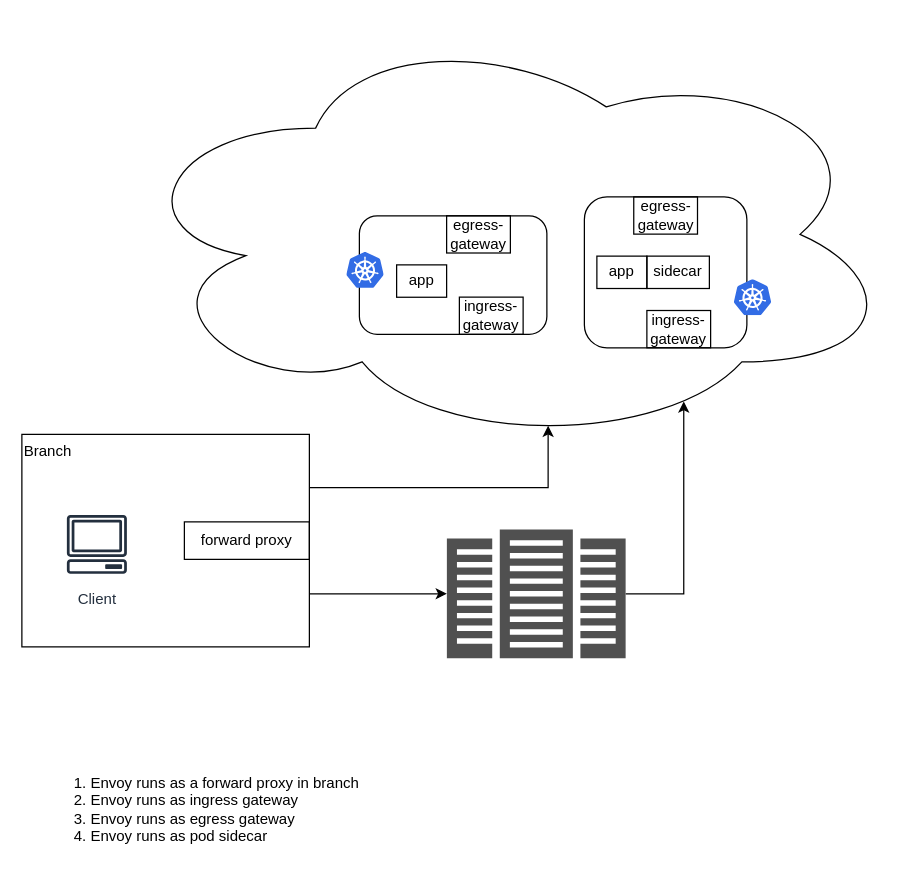
Before: tls_splicing_bumping.drawio in LuyaoZhong/Figures, a draw.io diagram. Source tidied: cells renumbered, new cells numbered last; positions are measured from the earlier drawing's top-left corner, leaving out a move shared by most shapes. Both pictures are drawn from the tidied source at 125%, with x=0, y=0 at pixel (21, 21).
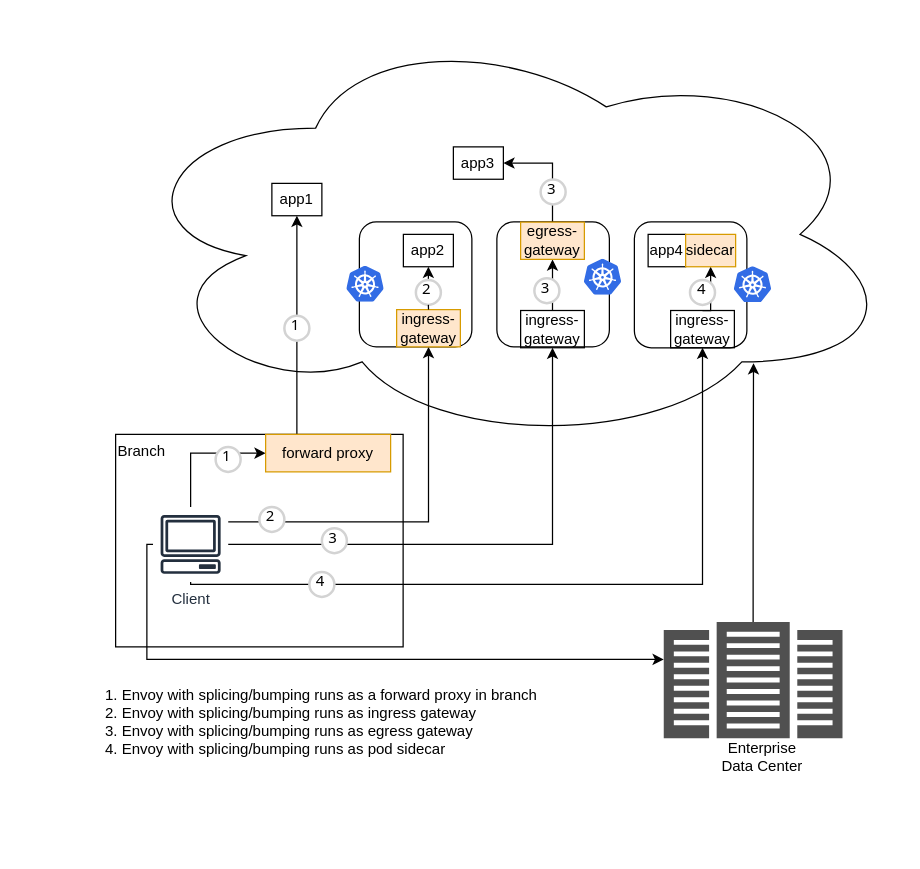
The same page after the edit.

The change refers to these unchanged cells:
```xml
<mxCell id="6" style="ellipse;shape=cloud;whiteSpace=wrap;html=1;fillColor=none;" parent="1" vertex="1">
  <mxGeometry x="80" width="620" height="340" as="geometry" />
</mxCell>
```

Diff of the diagram source:
```diff
@@
     <mxCell id="2" value="Branch" style="rounded=0;whiteSpace=wrap;html=1;fillColor=none;align=left;verticalAlign=top;" parent="1" vertex="1">
-      <mxGeometry y="330" width="230" height="170" as="geometry" />
+      <mxGeometry x="75" y="330" width="230" height="170" as="geometry" />
     </mxCell>
-    <mxCell id="3" style="edgeStyle=orthogonalEdgeStyle;rounded=0;jettySize=auto;html=1;exitX=1;exitY=0.75;exitDx=0;exitDy=0;" parent="1" edge="1" source="2" target="8">
-      <mxGeometry relative="1" as="geometry" />
-    </mxCell>
-    <mxCell id="4" style="edgeStyle=orthogonalEdgeStyle;rounded=0;jettySize=auto;html=1;exitX=1;exitY=0.25;exitDx=0;exitDy=0;entryX=0.55;entryY=0.95;entryDx=0;entryDy=0;entryPerimeter=0;" parent="1" edge="1" source="2" target="6">
-      <mxGeometry relative="1" as="geometry" />
-    </mxCell>
+    <mxCell id="22" style="edgeStyle=orthogonalEdgeStyle;rounded=0;jettySize=auto;html=1;entryX=0;entryY=0.5;entryDx=0;entryDy=0;" parent="1" edge="1" source="5" target="19">
+      <mxGeometry relative="1" as="geometry">
+        <Array as="points">
+          <mxPoint x="135" y="345" />
+        </Array>
+      </mxGeometry>
+    </mxCell>
+    <mxCell id="23" style="edgeStyle=orthogonalEdgeStyle;rounded=0;jettySize=auto;html=1;entryX=0.5;entryY=1;entryDx=0;entryDy=0;" parent="1" edge="1" source="5" target="13">
+      <mxGeometry relative="1" as="geometry">
+        <Array as="points">
+          <mxPoint x="325" y="400" />
+        </Array>
+      </mxGeometry>
+    </mxCell>
+    <mxCell id="24" style="edgeStyle=orthogonalEdgeStyle;rounded=0;jettySize=auto;html=1;entryX=0.5;entryY=1;entryDx=0;entryDy=0;" parent="1" edge="1" source="5" target="40">
+      <mxGeometry relative="1" as="geometry" />
+    </mxCell>
+    <mxCell id="25" style="edgeStyle=orthogonalEdgeStyle;rounded=0;jettySize=auto;html=1;entryX=0.5;entryY=1;entryDx=0;entryDy=0;" parent="1" edge="1" source="5" target="14">
+      <mxGeometry relative="1" as="geometry">
+        <Array as="points">
+          <mxPoint x="135" y="450" />
+          <mxPoint x="545" y="450" />
+        </Array>
+      </mxGeometry>
+    </mxCell>
+    <mxCell id="26" style="edgeStyle=orthogonalEdgeStyle;rounded=0;jettySize=auto;html=1;" parent="1" edge="1" source="5" target="8">
+      <mxGeometry relative="1" as="geometry">
+        <Array as="points">
+          <mxPoint x="100" y="418" />
+          <mxPoint x="100" y="510" />
+        </Array>
+      </mxGeometry>
+    </mxCell>
     <mxCell id="5" value="Client" style="sketch=0;outlineConnect=0;fontColor=#232F3E;gradientColor=none;strokeColor=#232F3E;fillColor=#ffffff;dashed=0;verticalLabelPosition=bottom;verticalAlign=top;align=center;html=1;fontSize=12;fontStyle=0;shape=mxgraph.aws4.resourceIcon;resIcon=mxgraph.aws4.client;" parent="1" vertex="1">
-      <mxGeometry x="30" y="388" width="60" height="60" as="geometry" />
+      <mxGeometry x="105" y="388" width="60" height="60" as="geometry" />
     </mxCell>
@@
-    <mxCell id="7" style="edgeStyle=orthogonalEdgeStyle;rounded=0;jettySize=auto;html=1;entryX=0.725;entryY=0.893;entryDx=0;entryDy=0;entryPerimeter=0;" parent="1" edge="1" source="8" target="6">
-      <mxGeometry relative="1" as="geometry">
-        <Array as="points">
-          <mxPoint x="530" y="458" />
-        </Array>
-      </mxGeometry>
+    <mxCell id="7" style="edgeStyle=orthogonalEdgeStyle;rounded=0;jettySize=auto;html=1;entryX=0.815;entryY=0.803;entryDx=0;entryDy=0;entryPerimeter=0;" parent="1" edge="1" source="8" target="6">
+      <mxGeometry relative="1" as="geometry" />
     </mxCell>
     <mxCell id="8" style="sketch=0;shadow=0;dashed=0;html=1;strokeColor=none;fillColor=#505050;labelPosition=center;verticalLabelPosition=bottom;verticalAlign=top;outlineConnect=0;align=center;shape=mxgraph.office.servers.datacenter;" parent="1" vertex="1">
-      <mxGeometry x="340" y="406" width="143" height="103" as="geometry" />
+      <mxGeometry x="513.5" y="480" width="143" height="93" as="geometry" />
     </mxCell>
     <mxCell id="9" style="rounded=1;whiteSpace=wrap;html=1;fillColor=none;" parent="1" vertex="1">
-      <mxGeometry x="270" y="155.1" width="150" height="94.9" as="geometry" />
+      <mxGeometry x="270" y="160" width="90" height="100" as="geometry" />
     </mxCell>
     <mxCell id="10" style="sketch=0;html=1;align=center;image;fontSize=12;image=img/lib/mscae/Kubernetes.svg;fillColor=none;" parent="1" vertex="1">
-      <mxGeometry x="260" y="184.5" width="30" height="28.8" as="geometry" />
+      <mxGeometry x="260" y="195.6" width="30" height="28.8" as="geometry" />
     </mxCell>
     <mxCell id="11" style="rounded=1;whiteSpace=wrap;html=1;fillColor=none;" parent="1" vertex="1">
-      <mxGeometry x="450" y="140" width="130" height="120.7" as="geometry" />
+      <mxGeometry x="490" y="160" width="90" height="100.7" as="geometry" />
     </mxCell>
     <mxCell id="12" style="sketch=0;html=1;align=center;image;fontSize=12;image=img/lib/mscae/Kubernetes.svg;fillColor=none;" parent="1" vertex="1">
-      <mxGeometry x="570" y="206.4" width="30" height="28.8" as="geometry" />
+      <mxGeometry x="570" y="195.9" width="30" height="28.8" as="geometry" />
     </mxCell>
+    <mxCell id="27" style="edgeStyle=orthogonalEdgeStyle;rounded=0;jettySize=auto;html=1;exitX=0.5;exitY=0;exitDx=0;exitDy=0;entryX=0.5;entryY=1;entryDx=0;entryDy=0;startArrow=none;" parent="1" edge="1" source="35" target="21">
+      <mxGeometry relative="1" as="geometry" />
+    </mxCell>
-    <mxCell id="13" value="ingress-gateway" style="rounded=0;whiteSpace=wrap;html=1;fillColor=none;" parent="1" vertex="1">
-      <mxGeometry x="350" y="220.2" width="51" height="29.8" as="geometry" />
+    <mxCell id="13" value="ingress-gateway" style="rounded=0;whiteSpace=wrap;html=1;fillColor=#ffe6cc;strokeColor=#d79b00;" parent="1" vertex="1">
+      <mxGeometry x="299.8" y="230.2" width="51" height="29.8" as="geometry" />
     </mxCell>
+    <mxCell id="28" style="edgeStyle=orthogonalEdgeStyle;rounded=0;jettySize=auto;html=1;exitX=0.5;exitY=0;exitDx=0;exitDy=0;entryX=0.5;entryY=1;entryDx=0;entryDy=0;" parent="1" edge="1" source="14" target="20">
+      <mxGeometry relative="1" as="geometry" />
+    </mxCell>
     <mxCell id="14" value="ingress-gateway" style="rounded=0;whiteSpace=wrap;html=1;fillColor=none;" parent="1" vertex="1">
-      <mxGeometry x="500" y="230.9" width="51" height="29.8" as="geometry" />
+      <mxGeometry x="519" y="230.9" width="51" height="29.8" as="geometry" />
     </mxCell>
-    <mxCell id="15" value="egress-gateway" style="rounded=0;whiteSpace=wrap;html=1;fillColor=none;" parent="1" vertex="1">
-      <mxGeometry x="339.8" y="155.1" width="51" height="29.8" as="geometry" />
-    </mxCell>
-    <mxCell id="16" value="egress-gateway" style="rounded=0;whiteSpace=wrap;html=1;fillColor=none;" parent="1" vertex="1">
-      <mxGeometry x="489.5" y="140" width="51" height="29.8" as="geometry" />
-    </mxCell>
-    <mxCell id="17" value="1. Envoy runs as a forward proxy in branch&lt;br&gt;2. Envoy runs as ingress gateway&lt;br&gt;3. Envoy runs as egress gateway&lt;br&gt;4. Envoy runs as pod sidecar" style="text;html=1;align=left;verticalAlign=middle;strokeColor=none;fillColor=none;" parent="1" vertex="1">
-      <mxGeometry x="40" y="600" width="240" height="60" as="geometry" />
+    <mxCell id="17" value="1. Envoy with splicing/bumping runs as a forward proxy in branch&lt;br&gt;2. Envoy with splicing/bumping runs as ingress gateway&lt;br&gt;3. Envoy with splicing/bumping runs as egress gateway&lt;br&gt;4. Envoy with splicing/bumping runs as pod sidecar" style="text;html=1;align=left;verticalAlign=middle;strokeColor=none;fillColor=none;" parent="1" vertex="1">
+      <mxGeometry x="65.2" y="530" width="360" height="60" as="geometry" />
     </mxCell>
-    <mxCell id="18" value="app" style="rounded=0;whiteSpace=wrap;html=1;fillColor=none;" parent="1" vertex="1">
-      <mxGeometry x="460" y="187.4" width="40" height="25.9" as="geometry" />
+    <mxCell id="18" value="app4" style="rounded=0;whiteSpace=wrap;html=1;fillColor=none;" parent="1" vertex="1">
+      <mxGeometry x="501" y="170" width="30" height="25.9" as="geometry" />
     </mxCell>
+    <mxCell id="29" style="edgeStyle=orthogonalEdgeStyle;rounded=0;jettySize=auto;html=1;entryX=0.5;entryY=1;entryDx=0;entryDy=0;" parent="1" edge="1" source="19" target="30">
+      <mxGeometry relative="1" as="geometry">
+        <Array as="points">
+          <mxPoint x="220" y="320" />
+          <mxPoint x="220" y="320" />
+        </Array>
+      </mxGeometry>
+    </mxCell>
-    <mxCell id="19" value="forward proxy" style="rounded=0;whiteSpace=wrap;html=1;fillColor=none;" parent="1" vertex="1">
-      <mxGeometry x="130" y="400" width="100" height="30" as="geometry" />
+    <mxCell id="19" value="forward proxy" style="rounded=0;whiteSpace=wrap;html=1;fillColor=#ffe6cc;strokeColor=#d79b00;" parent="1" vertex="1">
+      <mxGeometry x="195" y="330" width="100" height="30" as="geometry" />
     </mxCell>
-    <mxCell id="20" value="sidecar" style="rounded=0;whiteSpace=wrap;html=1;fillColor=none;" parent="1" vertex="1">
-      <mxGeometry x="500" y="187.4" width="50" height="25.9" as="geometry" />
+    <mxCell id="20" value="sidecar" style="rounded=0;whiteSpace=wrap;html=1;fillColor=#ffe6cc;strokeColor=#d79b00;" parent="1" vertex="1">
+      <mxGeometry x="531" y="170" width="40" height="25.9" as="geometry" />
     </mxCell>
-    <mxCell id="21" value="app" style="rounded=0;whiteSpace=wrap;html=1;fillColor=none;" parent="1" vertex="1">
-      <mxGeometry x="299.8" y="194.4" width="40" height="25.9" as="geometry" />
+    <mxCell id="21" value="app2" style="rounded=0;whiteSpace=wrap;html=1;fillColor=none;" parent="1" vertex="1">
+      <mxGeometry x="305.2" y="170" width="40" height="25.9" as="geometry" />
     </mxCell>
+    <mxCell id="30" value="app1" style="rounded=0;whiteSpace=wrap;html=1;fillColor=none;" parent="1" vertex="1">
+      <mxGeometry x="200" y="129.2" width="40" height="25.9" as="geometry" />
+    </mxCell>
+    <mxCell id="31" value="app3" style="rounded=0;whiteSpace=wrap;html=1;fillColor=none;" parent="1" vertex="1">
+      <mxGeometry x="345.2" y="100" width="40" height="25.9" as="geometry" />
+    </mxCell>
+    <mxCell id="32" value="1" style="ellipse;whiteSpace=wrap;html=1;strokeWidth=2;fontFamily=Tahoma;spacingBottom=4;spacingRight=2;strokeColor=#d3d3d3;" parent="1" vertex="1">
+      <mxGeometry x="155" y="340" width="20" height="20" as="geometry" />
+    </mxCell>
+    <mxCell id="33" value="1" style="ellipse;whiteSpace=wrap;html=1;strokeWidth=2;fontFamily=Tahoma;spacingBottom=4;spacingRight=2;strokeColor=#d3d3d3;" parent="1" vertex="1">
+      <mxGeometry x="210" y="235" width="20" height="20" as="geometry" />
+    </mxCell>
+    <mxCell id="34" value="2" style="ellipse;whiteSpace=wrap;html=1;strokeWidth=2;fontFamily=Tahoma;spacingBottom=4;spacingRight=2;strokeColor=#d3d3d3;" parent="1" vertex="1">
+      <mxGeometry x="190" y="388" width="20" height="20" as="geometry" />
+    </mxCell>
+    <mxCell id="35" value="2" style="ellipse;whiteSpace=wrap;html=1;strokeWidth=2;fontFamily=Tahoma;spacingBottom=4;spacingRight=2;strokeColor=#d3d3d3;" parent="1" vertex="1">
+      <mxGeometry x="315.2" y="206.4" width="20" height="20" as="geometry" />
+    </mxCell>
+    <mxCell id="36" style="edgeStyle=orthogonalEdgeStyle;rounded=0;jettySize=auto;html=1;exitX=0.5;exitY=0;exitDx=0;exitDy=0;entryX=0.5;entryY=1;entryDx=0;entryDy=0;endArrow=none;" parent="1" edge="1" source="13" target="35">
+      <mxGeometry relative="1" as="geometry" />
+    </mxCell>
+    <mxCell id="37" value="3" style="ellipse;whiteSpace=wrap;html=1;strokeWidth=2;fontFamily=Tahoma;spacingBottom=4;spacingRight=2;strokeColor=#d3d3d3;" parent="1" vertex="1">
+      <mxGeometry x="240" y="405" width="20" height="20" as="geometry" />
+    </mxCell>
+    <mxCell id="38" style="rounded=1;whiteSpace=wrap;html=1;fillColor=none;" parent="1" vertex="1">
+      <mxGeometry x="380" y="160" width="90" height="100" as="geometry" />
+    </mxCell>
+    <mxCell id="39" style="edgeStyle=orthogonalEdgeStyle;rounded=0;jettySize=auto;html=1;exitX=0.5;exitY=0;exitDx=0;exitDy=0;entryX=0.5;entryY=1;entryDx=0;entryDy=0;" parent="1" edge="1" source="40" target="43">
+      <mxGeometry relative="1" as="geometry" />
+    </mxCell>
+    <mxCell id="40" value="ingress-gateway" style="rounded=0;whiteSpace=wrap;html=1;fillColor=none;" parent="1" vertex="1">
+      <mxGeometry x="399" y="230.9" width="51" height="29.8" as="geometry" />
+    </mxCell>
+    <mxCell id="41" style="sketch=0;html=1;align=center;image;fontSize=12;image=img/lib/mscae/Kubernetes.svg;fillColor=none;" parent="1" vertex="1">
+      <mxGeometry x="450" y="190" width="30" height="28.8" as="geometry" />
+    </mxCell>
+    <mxCell id="42" style="edgeStyle=orthogonalEdgeStyle;rounded=0;jettySize=auto;html=1;exitX=0.5;exitY=0;exitDx=0;exitDy=0;entryX=1;entryY=0.5;entryDx=0;entryDy=0;" parent="1" edge="1" source="43" target="31">
+      <mxGeometry relative="1" as="geometry" />
+    </mxCell>
+    <mxCell id="43" value="egress-gateway" style="rounded=0;whiteSpace=wrap;html=1;fillColor=#ffe6cc;strokeColor=#d79b00;" parent="1" vertex="1">
+      <mxGeometry x="399" y="160.2" width="51" height="29.8" as="geometry" />
+    </mxCell>
+    <mxCell id="44" value="4" style="ellipse;whiteSpace=wrap;html=1;strokeWidth=2;fontFamily=Tahoma;spacingBottom=4;spacingRight=2;strokeColor=#d3d3d3;" parent="1" vertex="1">
+      <mxGeometry x="230" y="440" width="20" height="20" as="geometry" />
+    </mxCell>
+    <mxCell id="45" value="4" style="ellipse;whiteSpace=wrap;html=1;strokeWidth=2;fontFamily=Tahoma;spacingBottom=4;spacingRight=2;strokeColor=#d3d3d3;" parent="1" vertex="1">
+      <mxGeometry x="534.5" y="206.4" width="20" height="20" as="geometry" />
+    </mxCell>
+    <mxCell id="46" value="3" style="ellipse;whiteSpace=wrap;html=1;strokeWidth=2;fontFamily=Tahoma;spacingBottom=4;spacingRight=2;strokeColor=#d3d3d3;" parent="1" vertex="1">
+      <mxGeometry x="410" y="205" width="20" height="20" as="geometry" />
+    </mxCell>
+    <mxCell id="47" value="3" style="ellipse;whiteSpace=wrap;html=1;strokeWidth=2;fontFamily=Tahoma;spacingBottom=4;spacingRight=2;strokeColor=#d3d3d3;" parent="1" vertex="1">
+      <mxGeometry x="415" y="126" width="20" height="20" as="geometry" />
+    </mxCell>
+    <mxCell id="48" value="Enterprise Data Center" style="text;html=1;strokeColor=none;fillColor=none;align=center;verticalAlign=middle;whiteSpace=wrap;rounded=0;" parent="1" vertex="1">
+      <mxGeometry x="555" y="573" width="75" height="30" as="geometry" />
+    </mxCell>
```
